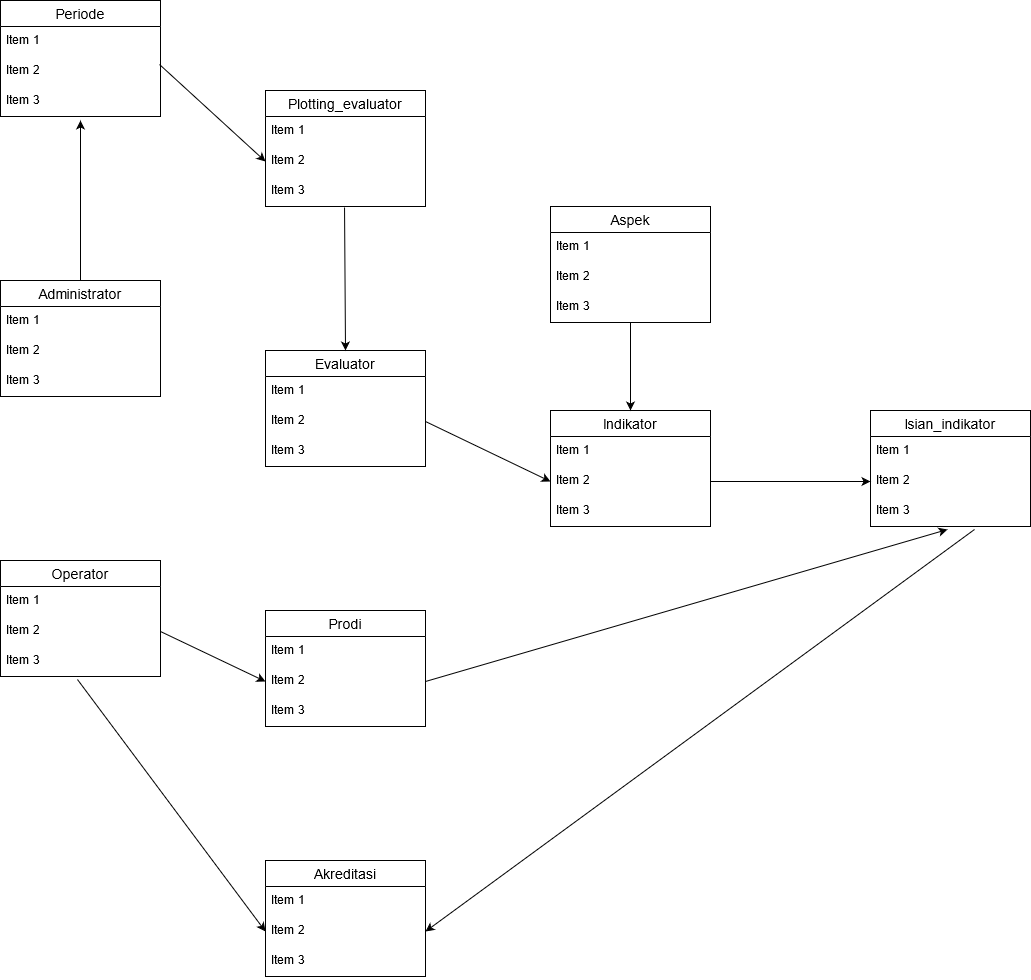
This is File/RPL-Kelompok 6-PDM.png from dfitriana/RPL-group6, a draw.io export, as it was before one commit. Source tidied: cells renumbered, new cells last; positions are measured from the earlier drawing's top-left corner, leaving out a move shared by most shapes.
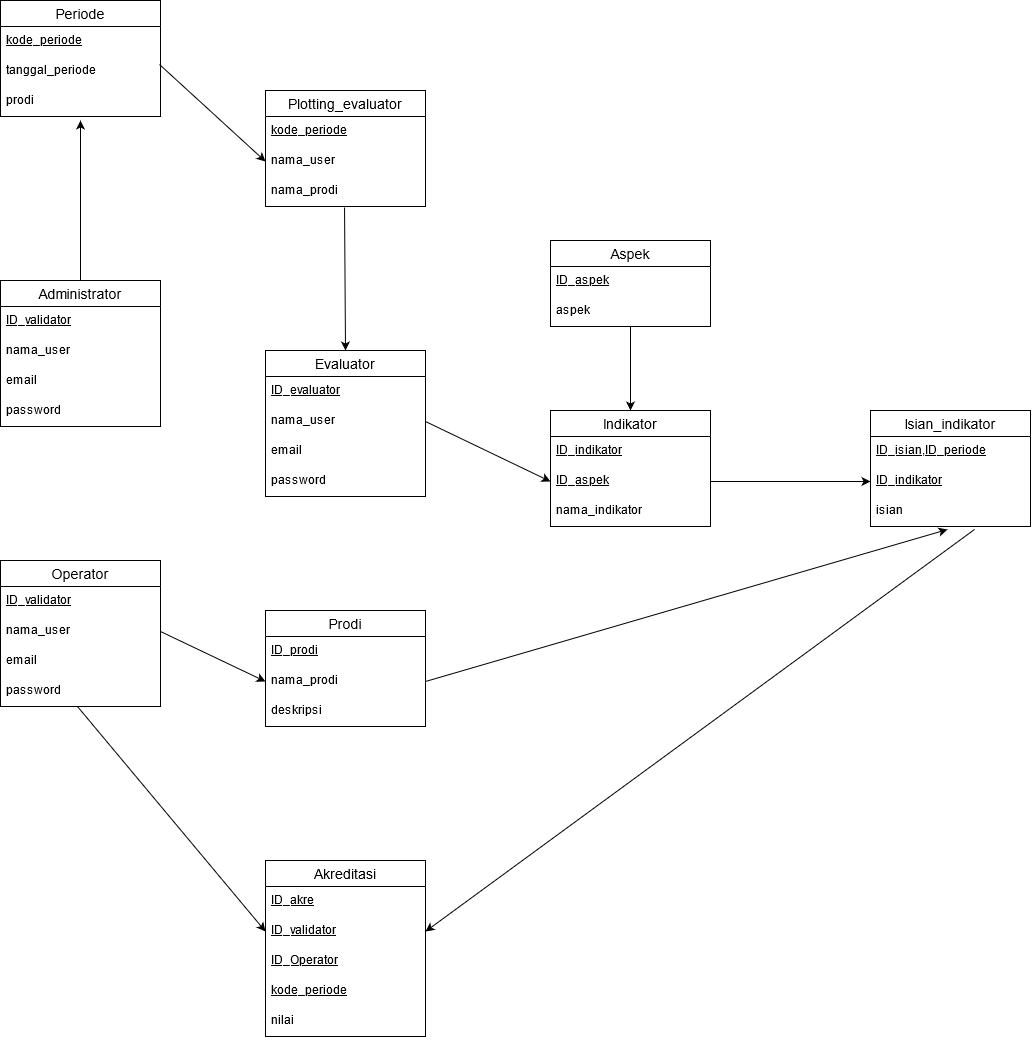
The same file after the commit.

What changed in the source:
```diff
@@ -3,125 +3,137 @@
     <mxCell id="0" />
     <mxCell id="1" parent="0" />
     <mxCell id="2" value="Administrator" style="swimlane;fontStyle=0;horizontal=1;startSize=26;align=center;fontSize=14;" parent="1" vertex="1">
-      <mxGeometry y="280" width="160" height="116" as="geometry" />
+      <mxGeometry y="280" width="160" height="146" as="geometry" />
     </mxCell>
-    <mxCell id="3" value="Item 1" style="text;strokeColor=none;fillColor=none;spacingLeft=4;spacingRight=4;overflow=hidden;fontSize=12;" parent="2" vertex="1">
+    <mxCell id="3" value="ID_validator" style="text;strokeColor=none;fillColor=none;spacingLeft=4;spacingRight=4;overflow=hidden;fontSize=12;fontStyle=4;" parent="2" vertex="1">
       <mxGeometry y="26" width="160" height="30" as="geometry" />
     </mxCell>
-    <mxCell id="4" value="Item 2" style="text;strokeColor=none;fillColor=none;spacingLeft=4;spacingRight=4;overflow=hidden;fontSize=12;" parent="2" vertex="1">
+    <mxCell id="4" value="nama_user" style="text;strokeColor=none;fillColor=none;spacingLeft=4;spacingRight=4;overflow=hidden;fontSize=12;" parent="2" vertex="1">
       <mxGeometry y="56" width="160" height="30" as="geometry" />
     </mxCell>
-    <mxCell id="5" value="Item 3" style="text;strokeColor=none;fillColor=none;spacingLeft=4;spacingRight=4;overflow=hidden;fontSize=12;" parent="2" vertex="1">
+    <mxCell id="5" value="email" style="text;strokeColor=none;fillColor=none;spacingLeft=4;spacingRight=4;overflow=hidden;fontSize=12;" parent="2" vertex="1">
       <mxGeometry y="86" width="160" height="30" as="geometry" />
     </mxCell>
+    <mxCell id="52" value="password" style="text;strokeColor=none;fillColor=none;spacingLeft=4;spacingRight=4;overflow=hidden;fontSize=12;" parent="2" vertex="1">
+      <mxGeometry y="116" width="160" height="30" as="geometry" />
+    </mxCell>
     <mxCell id="6" value="Evaluator" style="swimlane;fontStyle=0;horizontal=1;startSize=26;align=center;fontSize=14;" parent="1" vertex="1">
-      <mxGeometry x="265" y="350" width="160" height="116" as="geometry" />
+      <mxGeometry x="265" y="350" width="160" height="146" as="geometry" />
     </mxCell>
-    <mxCell id="7" value="Item 1" style="text;strokeColor=none;fillColor=none;spacingLeft=4;spacingRight=4;overflow=hidden;fontSize=12;" parent="6" vertex="1">
+    <mxCell id="7" value="ID_evaluator" style="text;strokeColor=none;fillColor=none;spacingLeft=4;spacingRight=4;overflow=hidden;fontSize=12;fontStyle=4;" parent="6" vertex="1">
       <mxGeometry y="26" width="160" height="30" as="geometry" />
     </mxCell>
-    <mxCell id="8" value="Item 2" style="text;strokeColor=none;fillColor=none;spacingLeft=4;spacingRight=4;overflow=hidden;points=[[0,0.5],[1,0.5]];portConstraint=eastwest;fontSize=12;" parent="6" vertex="1">
+    <mxCell id="8" value="nama_user" style="text;strokeColor=none;fillColor=none;spacingLeft=4;spacingRight=4;overflow=hidden;points=[[0,0.5],[1,0.5]];portConstraint=eastwest;fontSize=12;" parent="6" vertex="1">
       <mxGeometry y="56" width="160" height="30" as="geometry" />
     </mxCell>
-    <mxCell id="9" value="Item 3" style="text;strokeColor=none;fillColor=none;spacingLeft=4;spacingRight=4;overflow=hidden;fontSize=12;" parent="6" vertex="1">
+    <mxCell id="9" value="email" style="text;strokeColor=none;fillColor=none;spacingLeft=4;spacingRight=4;overflow=hidden;fontSize=12;" parent="6" vertex="1">
       <mxGeometry y="86" width="160" height="30" as="geometry" />
     </mxCell>
+    <mxCell id="53" value="password" style="text;strokeColor=none;fillColor=none;spacingLeft=4;spacingRight=4;overflow=hidden;fontSize=12;" parent="6" vertex="1">
+      <mxGeometry y="116" width="160" height="30" as="geometry" />
+    </mxCell>
     <mxCell id="10" value="Operator" style="swimlane;fontStyle=0;horizontal=1;startSize=26;align=center;fontSize=14;" parent="1" vertex="1">
-      <mxGeometry y="560" width="160" height="116" as="geometry" />
+      <mxGeometry y="560" width="160" height="146" as="geometry" />
     </mxCell>
-    <mxCell id="11" value="Item 1" style="text;strokeColor=none;fillColor=none;spacingLeft=4;spacingRight=4;overflow=hidden;fontSize=12;" parent="10" vertex="1">
+    <mxCell id="11" value="ID_validator" style="text;strokeColor=none;fillColor=none;spacingLeft=4;spacingRight=4;overflow=hidden;fontSize=12;fontStyle=4;" parent="10" vertex="1">
       <mxGeometry y="26" width="160" height="30" as="geometry" />
     </mxCell>
-    <mxCell id="12" value="Item 2" style="text;strokeColor=none;fillColor=none;spacingLeft=4;spacingRight=4;overflow=hidden;points=[[0,0.5],[1,0.5]];portConstraint=eastwest;fontSize=12;" parent="10" vertex="1">
+    <mxCell id="12" value="nama_user" style="text;strokeColor=none;fillColor=none;spacingLeft=4;spacingRight=4;overflow=hidden;points=[[0,0.5],[1,0.5]];portConstraint=eastwest;fontSize=12;" parent="10" vertex="1">
       <mxGeometry y="56" width="160" height="30" as="geometry" />
     </mxCell>
-    <mxCell id="13" value="Item 3" style="text;strokeColor=none;fillColor=none;spacingLeft=4;spacingRight=4;overflow=hidden;points=[[0,0.5],[1,0.5]];portConstraint=eastwest;fontSize=12;" parent="10" vertex="1">
+    <mxCell id="13" value="email" style="text;strokeColor=none;fillColor=none;spacingLeft=4;spacingRight=4;overflow=hidden;points=[[0,0.5],[1,0.5]];portConstraint=eastwest;fontSize=12;" parent="10" vertex="1">
       <mxGeometry y="86" width="160" height="30" as="geometry" />
     </mxCell>
+    <mxCell id="54" value="password" style="text;strokeColor=none;fillColor=none;spacingLeft=4;spacingRight=4;overflow=hidden;points=[[0,0.5],[1,0.5]];portConstraint=eastwest;fontSize=12;" parent="10" vertex="1">
+      <mxGeometry y="116" width="160" height="30" as="geometry" />
+    </mxCell>
     <mxCell id="14" value="Periode" style="swimlane;fontStyle=0;horizontal=1;startSize=26;align=center;fontSize=14;" parent="1" vertex="1">
       <mxGeometry width="160" height="116" as="geometry" />
     </mxCell>
-    <mxCell id="15" value="Item 1" style="text;strokeColor=none;fillColor=none;spacingLeft=4;spacingRight=4;overflow=hidden;fontSize=12;" parent="14" vertex="1">
+    <mxCell id="15" value="kode_periode" style="text;strokeColor=none;fillColor=none;spacingLeft=4;spacingRight=4;overflow=hidden;fontSize=12;fontStyle=4;" parent="14" vertex="1">
       <mxGeometry y="26" width="160" height="30" as="geometry" />
     </mxCell>
-    <mxCell id="16" value="Item 2" style="text;strokeColor=none;fillColor=none;spacingLeft=4;spacingRight=4;overflow=hidden;points=[[0,0.5],[1,0.5]];portConstraint=eastwest;fontSize=12;" parent="14" vertex="1">
+    <mxCell id="16" value="tanggal_periode" style="text;strokeColor=none;fillColor=none;spacingLeft=4;spacingRight=4;overflow=hidden;points=[[0,0.5],[1,0.5]];portConstraint=eastwest;fontSize=12;" parent="14" vertex="1">
       <mxGeometry y="56" width="160" height="30" as="geometry" />
     </mxCell>
-    <mxCell id="17" value="Item 3" style="text;strokeColor=none;fillColor=none;spacingLeft=4;spacingRight=4;overflow=hidden;points=[[0,0.5],[1,0.5]];portConstraint=eastwest;fontSize=12;" parent="14" vertex="1">
+    <mxCell id="17" value="prodi" style="text;strokeColor=none;fillColor=none;spacingLeft=4;spacingRight=4;overflow=hidden;points=[[0,0.5],[1,0.5]];portConstraint=eastwest;fontSize=12;" parent="14" vertex="1">
       <mxGeometry y="86" width="160" height="30" as="geometry" />
     </mxCell>
     <mxCell id="18" value="Plotting_evaluator" style="swimlane;fontStyle=0;horizontal=1;startSize=26;align=center;fontSize=14;" parent="1" vertex="1">
       <mxGeometry x="265" y="90" width="160" height="116" as="geometry" />
     </mxCell>
-    <mxCell id="19" value="Item 1" style="text;strokeColor=none;fillColor=none;spacingLeft=4;spacingRight=4;overflow=hidden;fontSize=12;" parent="18" vertex="1">
+    <mxCell id="19" value="kode_periode" style="text;strokeColor=none;fillColor=none;spacingLeft=4;spacingRight=4;overflow=hidden;fontSize=12;fontStyle=4;" parent="18" vertex="1">
       <mxGeometry y="26" width="160" height="30" as="geometry" />
     </mxCell>
-    <mxCell id="20" value="Item 2" style="text;strokeColor=none;fillColor=none;spacingLeft=4;spacingRight=4;overflow=hidden;points=[[0,0.5],[1,0.5]];portConstraint=eastwest;fontSize=12;" parent="18" vertex="1">
+    <mxCell id="20" value="nama_user" style="text;strokeColor=none;fillColor=none;spacingLeft=4;spacingRight=4;overflow=hidden;points=[[0,0.5],[1,0.5]];portConstraint=eastwest;fontSize=12;" parent="18" vertex="1">
       <mxGeometry y="56" width="160" height="30" as="geometry" />
     </mxCell>
-    <mxCell id="21" value="Item 3" style="text;strokeColor=none;fillColor=none;spacingLeft=4;spacingRight=4;overflow=hidden;points=[[0,0.5],[1,0.5]];portConstraint=eastwest;fontSize=12;" parent="18" vertex="1">
+    <mxCell id="21" value="nama_prodi" style="text;strokeColor=none;fillColor=none;spacingLeft=4;spacingRight=4;overflow=hidden;points=[[0,0.5],[1,0.5]];portConstraint=eastwest;fontSize=12;" parent="18" vertex="1">
       <mxGeometry y="86" width="160" height="30" as="geometry" />
     </mxCell>
     <mxCell id="22" value="Indikator" style="swimlane;fontStyle=0;horizontal=1;startSize=26;align=center;fontSize=14;" parent="1" vertex="1">
       <mxGeometry x="550" y="410" width="160" height="116" as="geometry" />
     </mxCell>
-    <mxCell id="23" value="Item 1" style="text;strokeColor=none;fillColor=none;spacingLeft=4;spacingRight=4;overflow=hidden;fontSize=12;" parent="22" vertex="1">
+    <mxCell id="23" value="ID_indikator" style="text;strokeColor=none;fillColor=none;spacingLeft=4;spacingRight=4;overflow=hidden;fontSize=12;fontStyle=4;" parent="22" vertex="1">
       <mxGeometry y="26" width="160" height="30" as="geometry" />
     </mxCell>
-    <mxCell id="24" value="Item 2" style="text;strokeColor=none;fillColor=none;spacingLeft=4;spacingRight=4;overflow=hidden;points=[[0,0.5],[1,0.5]];portConstraint=eastwest;fontSize=12;" parent="22" vertex="1">
+    <mxCell id="24" value="ID_aspek" style="text;strokeColor=none;fillColor=none;spacingLeft=4;spacingRight=4;overflow=hidden;points=[[0,0.5],[1,0.5]];portConstraint=eastwest;fontSize=12;fontStyle=4;" parent="22" vertex="1">
       <mxGeometry y="56" width="160" height="30" as="geometry" />
     </mxCell>
-    <mxCell id="25" value="Item 3" style="text;strokeColor=none;fillColor=none;spacingLeft=4;spacingRight=4;overflow=hidden;fontSize=12;" parent="22" vertex="1">
+    <mxCell id="25" value="nama_indikator" style="text;strokeColor=none;fillColor=none;spacingLeft=4;spacingRight=4;overflow=hidden;fontSize=12;" parent="22" vertex="1">
       <mxGeometry y="86" width="160" height="30" as="geometry" />
     </mxCell>
     <mxCell id="26" value="Isian_indikator" style="swimlane;fontStyle=0;horizontal=1;startSize=26;align=center;fontSize=14;" parent="1" vertex="1">
       <mxGeometry x="870" y="410" width="160" height="116" as="geometry" />
     </mxCell>
-    <mxCell id="27" value="Item 1" style="text;strokeColor=none;fillColor=none;spacingLeft=4;spacingRight=4;overflow=hidden;fontSize=12;" parent="26" vertex="1">
+    <mxCell id="27" value="ID_isian,ID_periode" style="text;strokeColor=none;fillColor=none;spacingLeft=4;spacingRight=4;overflow=hidden;fontSize=12;fontStyle=4;" parent="26" vertex="1">
       <mxGeometry y="26" width="160" height="30" as="geometry" />
     </mxCell>
-    <mxCell id="28" value="Item 2" style="text;strokeColor=none;fillColor=none;spacingLeft=4;spacingRight=4;overflow=hidden;points=[[0,0.5],[1,0.5]];portConstraint=eastwest;fontSize=12;" parent="26" vertex="1">
+    <mxCell id="28" value="ID_indikator" style="text;strokeColor=none;fillColor=none;spacingLeft=4;spacingRight=4;overflow=hidden;points=[[0,0.5],[1,0.5]];portConstraint=eastwest;fontSize=12;fontStyle=4;" parent="26" vertex="1">
       <mxGeometry y="56" width="160" height="30" as="geometry" />
     </mxCell>
-    <mxCell id="29" value="Item 3" style="text;strokeColor=none;fillColor=none;spacingLeft=4;spacingRight=4;overflow=hidden;points=[[0,0.5],[1,0.5]];portConstraint=eastwest;fontSize=12;" parent="26" vertex="1">
+    <mxCell id="29" value="isian" style="text;strokeColor=none;fillColor=none;spacingLeft=4;spacingRight=4;overflow=hidden;points=[[0,0.5],[1,0.5]];portConstraint=eastwest;fontSize=12;" parent="26" vertex="1">
       <mxGeometry y="86" width="160" height="30" as="geometry" />
     </mxCell>
     <mxCell id="30" value="Aspek" style="swimlane;fontStyle=0;horizontal=1;startSize=26;align=center;fontSize=14;" parent="1" vertex="1">
-      <mxGeometry x="550" y="206" width="160" height="116" as="geometry" />
+      <mxGeometry x="550" y="240" width="160" height="86" as="geometry" />
     </mxCell>
-    <mxCell id="31" value="Item 1" style="text;strokeColor=none;fillColor=none;spacingLeft=4;spacingRight=4;overflow=hidden;fontSize=12;" parent="30" vertex="1">
+    <mxCell id="31" value="ID_aspek" style="text;strokeColor=none;fillColor=none;spacingLeft=4;spacingRight=4;overflow=hidden;fontSize=12;fontStyle=4;" parent="30" vertex="1">
       <mxGeometry y="26" width="160" height="30" as="geometry" />
     </mxCell>
-    <mxCell id="32" value="Item 2" style="text;strokeColor=none;fillColor=none;spacingLeft=4;spacingRight=4;overflow=hidden;points=[[0,0.5],[1,0.5]];portConstraint=eastwest;fontSize=12;" parent="30" vertex="1">
+    <mxCell id="32" value="aspek" style="text;strokeColor=none;fillColor=none;spacingLeft=4;spacingRight=4;overflow=hidden;points=[[0,0.5],[1,0.5]];portConstraint=eastwest;fontSize=12;" parent="30" vertex="1">
       <mxGeometry y="56" width="160" height="30" as="geometry" />
     </mxCell>
-    <mxCell id="33" value="Item 3" style="text;strokeColor=none;fillColor=none;spacingLeft=4;spacingRight=4;overflow=hidden;points=[[0,0.5],[1,0.5]];portConstraint=eastwest;fontSize=12;" parent="30" vertex="1">
-      <mxGeometry y="86" width="160" height="30" as="geometry" />
-    </mxCell>
     <mxCell id="34" value="Prodi" style="swimlane;fontStyle=0;horizontal=1;startSize=26;align=center;fontSize=14;" parent="1" vertex="1">
       <mxGeometry x="265" y="610" width="160" height="116" as="geometry" />
     </mxCell>
-    <mxCell id="35" value="Item 1" style="text;strokeColor=none;fillColor=none;spacingLeft=4;spacingRight=4;overflow=hidden;fontSize=12;" parent="34" vertex="1">
+    <mxCell id="35" value="ID_prodi" style="text;strokeColor=none;fillColor=none;spacingLeft=4;spacingRight=4;overflow=hidden;fontSize=12;fontStyle=4;" parent="34" vertex="1">
       <mxGeometry y="26" width="160" height="30" as="geometry" />
     </mxCell>
-    <mxCell id="36" value="Item 2" style="text;strokeColor=none;fillColor=none;spacingLeft=4;spacingRight=4;overflow=hidden;points=[[0,0.5],[1,0.5]];portConstraint=eastwest;fontSize=12;" parent="34" vertex="1">
+    <mxCell id="36" value="nama_prodi" style="text;strokeColor=none;fillColor=none;spacingLeft=4;spacingRight=4;overflow=hidden;points=[[0,0.5],[1,0.5]];portConstraint=eastwest;fontSize=12;" parent="34" vertex="1">
       <mxGeometry y="56" width="160" height="30" as="geometry" />
     </mxCell>
-    <mxCell id="37" value="Item 3" style="text;strokeColor=none;fillColor=none;spacingLeft=4;spacingRight=4;overflow=hidden;fontSize=12;" parent="34" vertex="1">
+    <mxCell id="37" value="deskripsi" style="text;strokeColor=none;fillColor=none;spacingLeft=4;spacingRight=4;overflow=hidden;fontSize=12;" parent="34" vertex="1">
       <mxGeometry y="86" width="160" height="30" as="geometry" />
     </mxCell>
     <mxCell id="38" value="Akreditasi" style="swimlane;fontStyle=0;horizontal=1;startSize=26;align=center;fontSize=14;" parent="1" vertex="1">
-      <mxGeometry x="265" y="860" width="160" height="116" as="geometry" />
+      <mxGeometry x="265" y="860" width="160" height="176" as="geometry" />
     </mxCell>
-    <mxCell id="39" value="Item 1" style="text;strokeColor=none;fillColor=none;spacingLeft=4;spacingRight=4;overflow=hidden;fontSize=12;" parent="38" vertex="1">
+    <mxCell id="39" value="ID_akre" style="text;strokeColor=none;fillColor=none;spacingLeft=4;spacingRight=4;overflow=hidden;fontSize=12;fontStyle=4;" parent="38" vertex="1">
       <mxGeometry y="26" width="160" height="30" as="geometry" />
     </mxCell>
-    <mxCell id="40" value="Item 2" style="text;strokeColor=none;fillColor=none;spacingLeft=4;spacingRight=4;overflow=hidden;points=[[0,0.5],[1,0.5]];portConstraint=eastwest;fontSize=12;" parent="38" vertex="1">
+    <mxCell id="40" value="ID_validator" style="text;strokeColor=none;fillColor=none;spacingLeft=4;spacingRight=4;overflow=hidden;points=[[0,0.5],[1,0.5]];portConstraint=eastwest;fontSize=12;fontStyle=4;" parent="38" vertex="1">
       <mxGeometry y="56" width="160" height="30" as="geometry" />
     </mxCell>
-    <mxCell id="41" value="Item 3" style="text;strokeColor=none;fillColor=none;spacingLeft=4;spacingRight=4;overflow=hidden;fontSize=12;" parent="38" vertex="1">
+    <mxCell id="41" value="ID_Operator" style="text;strokeColor=none;fillColor=none;spacingLeft=4;spacingRight=4;overflow=hidden;fontSize=12;fontStyle=4;" parent="38" vertex="1">
       <mxGeometry y="86" width="160" height="30" as="geometry" />
     </mxCell>
+    <mxCell id="55" value="kode_periode" style="text;strokeColor=none;fillColor=none;spacingLeft=4;spacingRight=4;overflow=hidden;fontSize=12;fontStyle=4;" parent="38" vertex="1">
+      <mxGeometry y="116" width="160" height="30" as="geometry" />
+    </mxCell>
+    <mxCell id="56" value="nilai" style="text;strokeColor=none;fillColor=none;spacingLeft=4;spacingRight=4;overflow=hidden;fontSize=12;" parent="38" vertex="1">
+      <mxGeometry y="146" width="160" height="30" as="geometry" />
+    </mxCell>
     <mxCell id="42" style="endArrow=classic;html=1;exitX=1;exitY=0.5;exitDx=0;exitDy=0;entryX=0;entryY=0.5;entryDx=0;entryDy=0;" parent="1" edge="1" source="8" target="24">
       <mxGeometry relative="1" as="geometry" />
     </mxCell>
@@ -134,7 +146,7 @@
     <mxCell id="45" style="endArrow=classic;html=1;exitX=0.494;exitY=1.033;exitDx=0;exitDy=0;entryX=0.5;entryY=0;entryDx=0;entryDy=0;exitPerimeter=0;" parent="1" edge="1" source="21" target="6">
       <mxGeometry relative="1" as="geometry" />
     </mxCell>
-    <mxCell id="46" style="endArrow=classic;html=1;entryX=0.5;entryY=0;entryDx=0;entryDy=0;" parent="1" edge="1" source="33" target="22">
+    <mxCell id="46" style="endArrow=classic;html=1;entryX=0.5;entryY=0;entryDx=0;entryDy=0;" parent="1" edge="1" source="32" target="22">
       <mxGeometry relative="1" as="geometry" />
     </mxCell>
     <mxCell id="47" style="endArrow=classic;html=1;exitX=1;exitY=0.5;exitDx=0;exitDy=0;entryX=0.481;entryY=1.1;entryDx=0;entryDy=0;entryPerimeter=0;" parent="1" edge="1" source="36" target="29">
@@ -146,7 +158,7 @@
     <mxCell id="49" style="endArrow=classic;html=1;exitX=1;exitY=0.5;exitDx=0;exitDy=0;entryX=0;entryY=0.5;entryDx=0;entryDy=0;" parent="1" edge="1" source="12" target="36">
       <mxGeometry relative="1" as="geometry" />
     </mxCell>
-    <mxCell id="50" style="endArrow=classic;html=1;entryX=0;entryY=0.5;entryDx=0;entryDy=0;exitX=0.481;exitY=1.1;exitDx=0;exitDy=0;exitPerimeter=0;" parent="1" edge="1" source="13" target="40">
+    <mxCell id="50" style="endArrow=classic;html=1;entryX=0;entryY=0.5;entryDx=0;entryDy=0;exitX=0.481;exitY=1;exitDx=0;exitDy=0;exitPerimeter=0;" parent="1" edge="1" source="54" target="40">
       <mxGeometry relative="1" as="geometry" />
     </mxCell>
     <mxCell id="51" style="endArrow=classic;html=1;entryX=1;entryY=0.5;entryDx=0;entryDy=0;exitX=0.65;exitY=1.1;exitDx=0;exitDy=0;exitPerimeter=0;" parent="1" edge="1" source="29" target="40">
```
